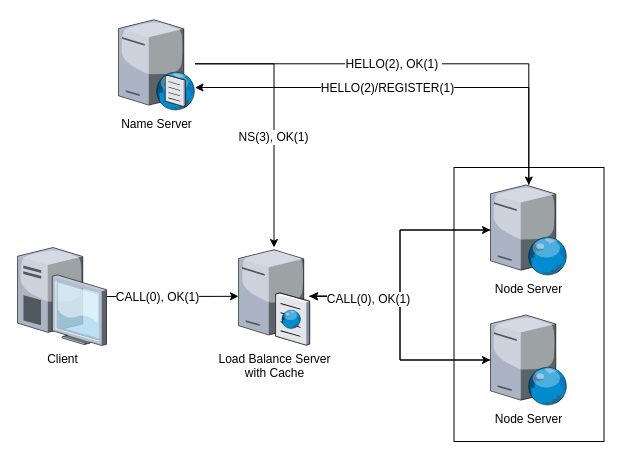
This is draft.drawio from skyleaworlder/jgRPC.go, a draw.io file, before an edit. Source tidied: cells renumbered, new cells numbered last; positions are measured from the earlier drawing's top-left corner, leaving out a move shared by most shapes. Both pictures are drawn from the tidied source at 100%, with x=0, y=0 at pixel (17, 17).
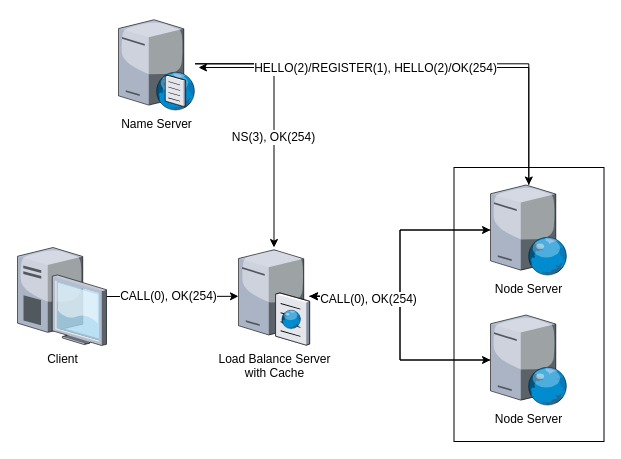
After the change.

The change refers to these unchanged cells:
```xml
<mxCell id="3" style="edgeStyle=orthogonalEdgeStyle;rounded=0;jettySize=auto;html=1;" parent="1" edge="1" source="7" target="10">
  <mxGeometry relative="1" as="geometry" />
</mxCell>
<mxCell id="5" style="edgeStyle=orthogonalEdgeStyle;rounded=0;jettySize=auto;html=1;" parent="1" edge="1" source="7" target="17">
  <mxGeometry relative="1" as="geometry" />
</mxCell>
<mxCell id="7" value="Name Server" style="verticalLabelPosition=bottom;html=1;verticalAlign=top;strokeColor=none;align=center;outlineConnect=0;shape=mxgraph.citrix.dns_server;" parent="1" vertex="1">
  <mxGeometry x="101" width="76.5" height="92.5" as="geometry" />
</mxCell>
<mxCell id="11" style="edgeStyle=orthogonalEdgeStyle;rounded=0;jettySize=auto;html=1;" parent="1" edge="1" source="13" target="10">
  <mxGeometry relative="1" as="geometry" />
</mxCell>
<mxCell id="17" value="Node Server" style="verticalLabelPosition=bottom;html=1;verticalAlign=top;strokeColor=none;align=center;outlineConnect=0;shape=mxgraph.citrix.web_server;" parent="1" vertex="1">
  <mxGeometry x="473" y="167.5" width="76.5" height="90" as="geometry" />
</mxCell>
<mxCell id="18" style="edgeStyle=orthogonalEdgeStyle;rounded=0;jettySize=auto;html=1;" parent="1" edge="1" source="20" target="10">
  <mxGeometry relative="1" as="geometry" />
</mxCell>
```

Diff of the diagram source:
```diff
@@
-    <mxCell id="4" value="NS(3), OK(1)" style="text;html=1;align=center;verticalAlign=middle;labelBackgroundColor=#ffffff;" parent="3" vertex="1">
+    <mxCell id="4" value="NS(3), OK(254)" style="text;html=1;align=center;verticalAlign=middle;labelBackgroundColor=#ffffff;" parent="3" vertex="1">
       <mxGeometry x="0.16" y="-1" relative="1" as="geometry" />
     </mxCell>
@@
-    <mxCell id="6" value="HELLO(2), OK(1)&amp;nbsp;" style="text;html=1;align=center;verticalAlign=middle;labelBackgroundColor=#ffffff;" parent="5" vertex="1">
-      <mxGeometry x="-0.27" y="1" relative="1" as="geometry">
-        <mxPoint x="31.5" y="1.5" as="offset" />
-      </mxGeometry>
-    </mxCell>
@@
-    <mxCell id="12" value="CALL(0), OK(1)" style="text;html=1;align=center;verticalAlign=middle;labelBackgroundColor=#ffffff;" parent="11" vertex="1">
+    <mxCell id="12" value="CALL(0), OK(254)" style="text;html=1;align=center;verticalAlign=middle;labelBackgroundColor=#ffffff;" parent="11" vertex="1">
       <mxGeometry y="-15" relative="1" as="geometry">
-        <mxPoint x="-15" y="-14" as="offset" />
+        <mxPoint x="-4" y="-15" as="offset" />
       </mxGeometry>
     </mxCell>
@@
-    <mxCell id="14" style="edgeStyle=orthogonalEdgeStyle;rounded=0;jettySize=auto;html=1;" parent="1" edge="1" source="17" target="7">
-      <mxGeometry relative="1" as="geometry">
-        <Array as="points">
-          <mxPoint x="511" y="70" />
-        </Array>
-      </mxGeometry>
-    </mxCell>
-    <mxCell id="15" value="HELLO(2)/REGISTER(1)" style="text;html=1;align=center;verticalAlign=middle;labelBackgroundColor=#ffffff;" parent="14" vertex="1">
-      <mxGeometry x="0.5" y="2" relative="1" as="geometry">
-        <mxPoint x="84" y="-2" as="offset" />
-      </mxGeometry>
-    </mxCell>
@@
+    <mxCell id="21" style="edgeStyle=orthogonalEdgeStyle;rounded=0;jettySize=auto;html=1;" parent="1" edge="1" source="17">
+      <mxGeometry relative="1" as="geometry">
+        <mxPoint x="181" y="50" as="targetPoint" />
+        <Array as="points">
+          <mxPoint x="511" y="50" />
+        </Array>
+      </mxGeometry>
+    </mxCell>
+    <mxCell id="22" value="HELLO(2)/REGISTER(1), HELLO(2)/OK(254)" style="text;html=1;align=center;verticalAlign=middle;labelBackgroundColor=#ffffff;" parent="21" vertex="1">
+      <mxGeometry x="0.21" relative="1" as="geometry" />
+    </mxCell>
@@
-    <mxCell id="19" value="CALL(0), OK(1)" style="text;html=1;align=center;verticalAlign=middle;labelBackgroundColor=#ffffff;" parent="18" vertex="1">
+    <mxCell id="19" value="CALL(0), OK(254)" style="text;html=1;align=center;verticalAlign=middle;labelBackgroundColor=#ffffff;" parent="18" vertex="1">
       <mxGeometry x="0.52" y="3" relative="1" as="geometry" />
     </mxCell>
```
